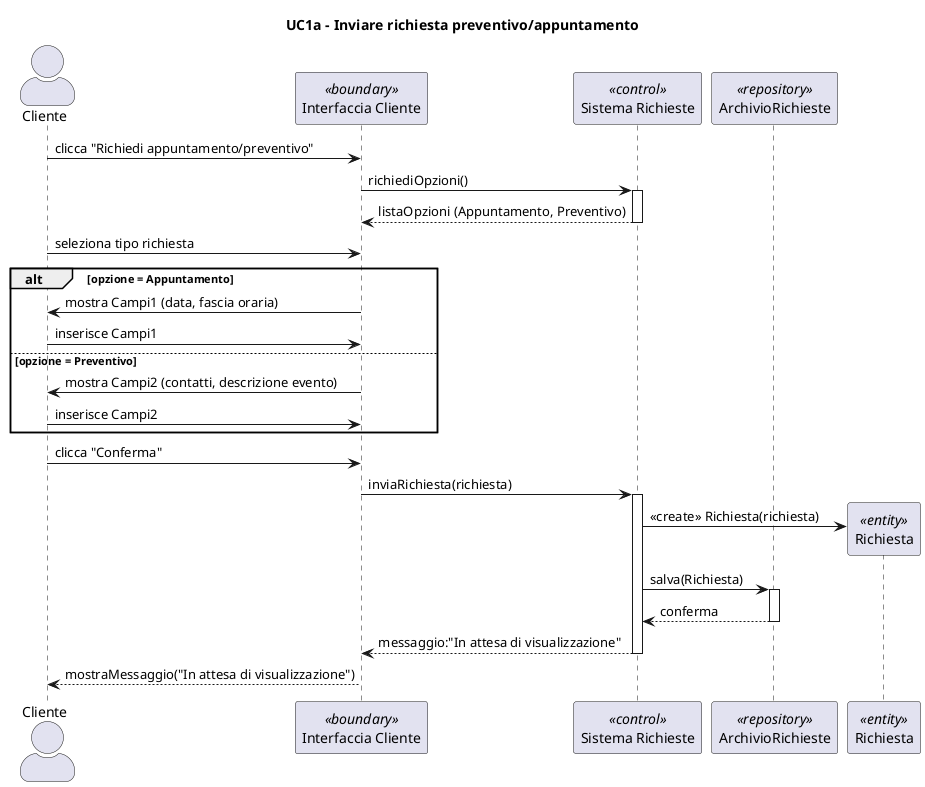
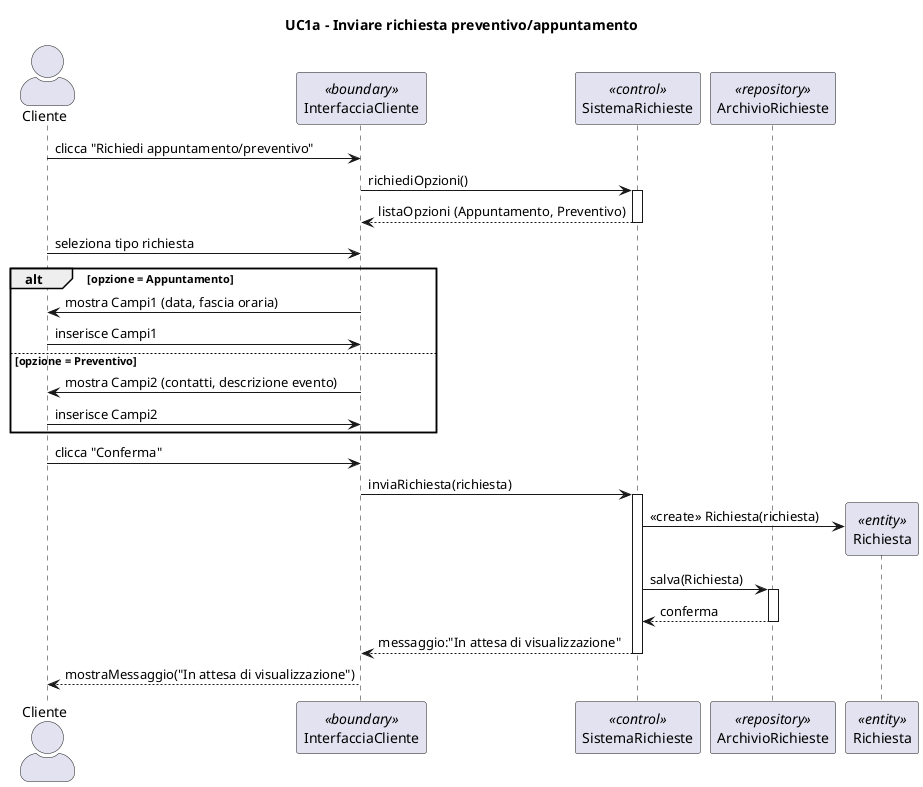
@startuml
title UC1a - Inviare richiesta preventivo/appuntamento
skinparam actorStyle awesome
actor Cliente
- participant "Interfaccia Cliente" as UI <<boundary>>
- participant "Sistema Richieste" as S <<control>>
+ participant "InterfacciaCliente" as UI <<boundary>>
+ participant "SistemaRichieste" as S <<control>>
participant "ArchivioRichieste" as Repo <<repository>>
participant "Richiesta" as R <<entity>>


Cliente -> UI : clicca "Richiedi appuntamento/preventivo"
UI -> S : richiediOpzioni()
activate S
S --> UI : listaOpzioni (Appuntamento, Preventivo)
deactivate S

Cliente -> UI : seleziona tipo richiesta

alt opzione = Appuntamento
    UI -> Cliente : mostra Campi1 (data, fascia oraria)
    Cliente -> UI : inserisce Campi1
else opzione = Preventivo
    UI -> Cliente : mostra Campi2 (contatti, descrizione evento)
    Cliente -> UI : inserisce Campi2
end

Cliente -> UI : clicca "Conferma"
UI -> S : inviaRichiesta(richiesta)
activate S

create R
S -> R : <<create>> Richiesta(richiesta)

S -> Repo : salva(Richiesta)
activate Repo
Repo --> S : conferma
deactivate Repo

S --> UI : messaggio:"In attesa di visualizzazione"
deactivate S

UI --> Cliente : mostraMessaggio("In attesa di visualizzazione")

@enduml
